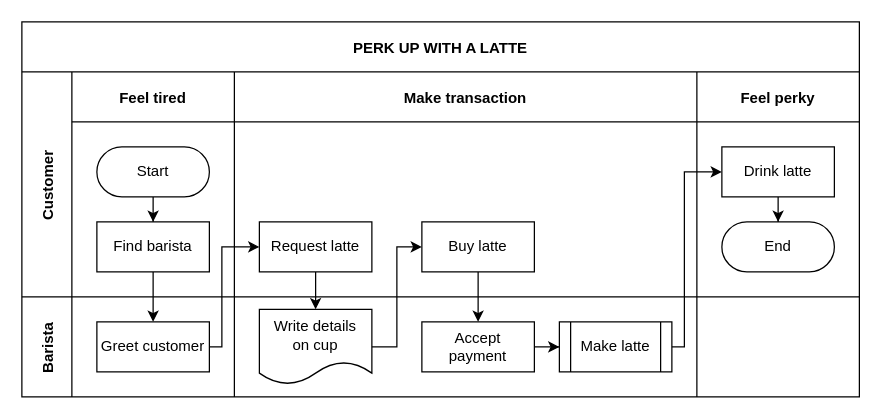
Above: Syrifi.drawio in MhdHajjo/Draw.io-Documents (draw.io), before the change. Source tidied: cells renumbered, new cells numbered last; positions are measured from the earlier drawing's top-left corner, leaving out a move shared by most shapes. Both pictures are drawn from the tidied source at 125%, with x=0, y=0 at pixel (21, 21).
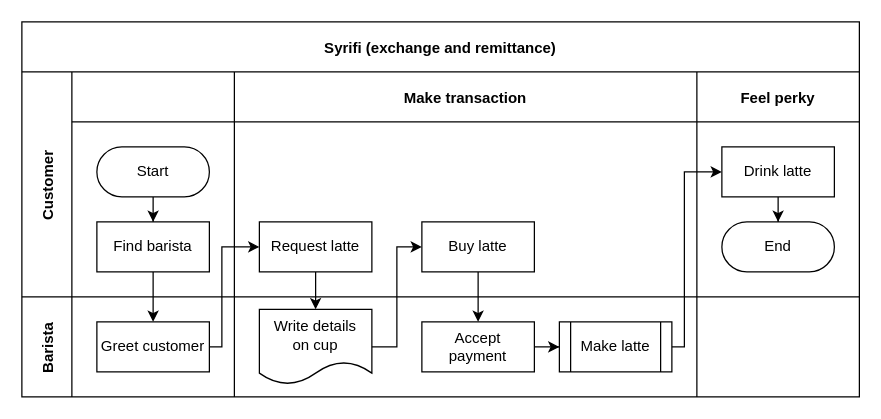
After the change.

The change refers to these unchanged cells:
```xml
<mxCell id="4" value="Customer" style="shape=tableRow;horizontal=0;swimlaneHead=0;swimlaneBody=0;top=0;left=0;bottom=0;right=0;fillColor=none;startSize=40;fontStyle=1;" parent="2" vertex="1">
  <mxGeometry y="40" width="670" height="180" as="geometry" />
</mxCell>
```

The edit, as a diff of the source:
```diff
@@
-    <mxCell id="2" value="PERK UP WITH A LATTE" style="shape=table;childLayout=tableLayout;startSize=40;fillColor=none;fontStyle=1;" parent="1" vertex="1">
+    <mxCell id="2" value="Syrifi (exchange and remittance)" style="shape=table;childLayout=tableLayout;startSize=40;fillColor=none;fontStyle=1;" parent="1" vertex="1">
       <mxGeometry width="670" height="300" as="geometry" />
     </mxCell>
@@
-    <mxCell id="5" value="Feel tired" style="swimlane;swimlaneHead=0;swimlaneBody=0;fillColor=none;startSize=40;fontStyle=1;" parent="4" vertex="1">
+    <mxCell id="5" style="swimlane;swimlaneHead=0;swimlaneBody=0;fillColor=none;startSize=40;fontStyle=1;" parent="4" vertex="1">
       <mxGeometry x="40" width="130" height="180" as="geometry" />
     </mxCell>
```
